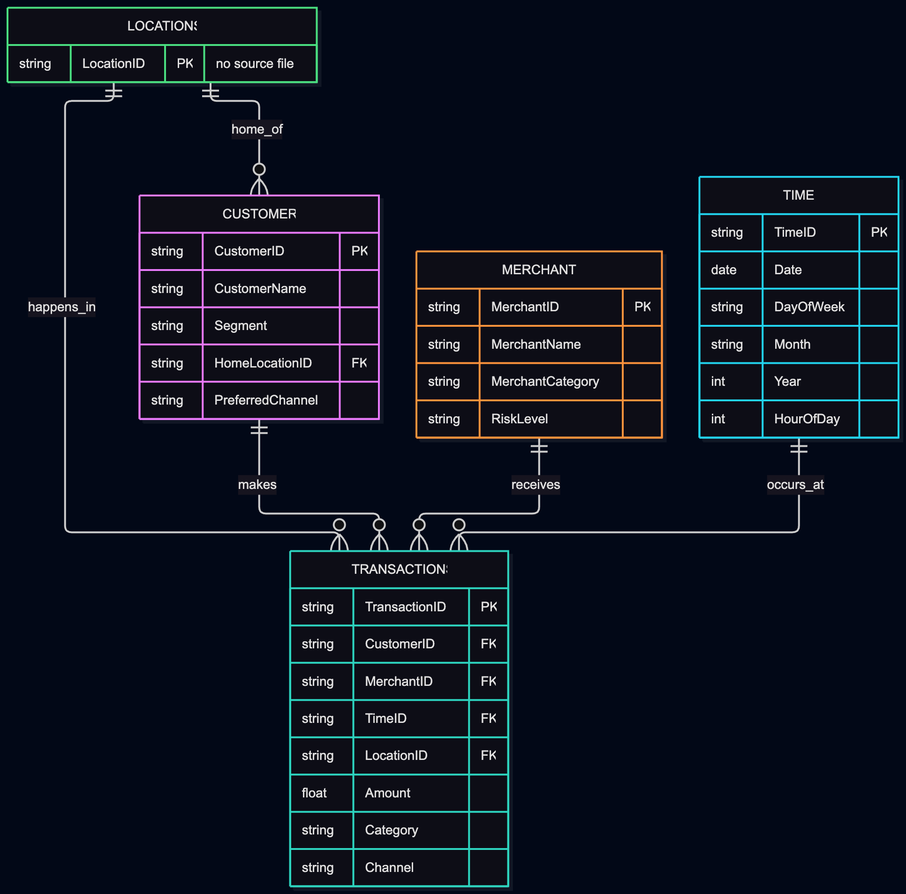
Before: er_diagram.png, a diagram exported from Mermaid (Zeenu03/HCL_Hack). Its source is kept beside it as er_diagram.mmd. Source of this version:
```mermaid
erDiagram
    CUSTOMERS ||--o{ TRANSACTIONS : makes
    MERCHANTS ||--o{ TRANSACTIONS : receives
    TIME      ||--o{ TRANSACTIONS : occurs_at
    LOCATIONS ||--o{ TRANSACTIONS : happens_in
    LOCATIONS ||--o{ CUSTOMERS    : home_of

    TRANSACTIONS {
        string TransactionID PK
        string CustomerID FK
        string MerchantID FK
        string TimeID FK
        string LocationID FK
        float  Amount
        string Category
        string Channel
    }
    CUSTOMERS {
        string CustomerID PK
        string CustomerName
        string Segment
        string HomeLocationID FK
        string PreferredChannel
    }
    MERCHANTS {
        string MerchantID PK
        string MerchantName
        string MerchantCategory
        string RiskLevel
    }
    TIME {
        string TimeID PK
        date   Date
        string DayOfWeek
        string Month
        int    Year
        int    HourOfDay
    }
    LOCATIONS {
        string LocationID PK "no source file"
    }
```
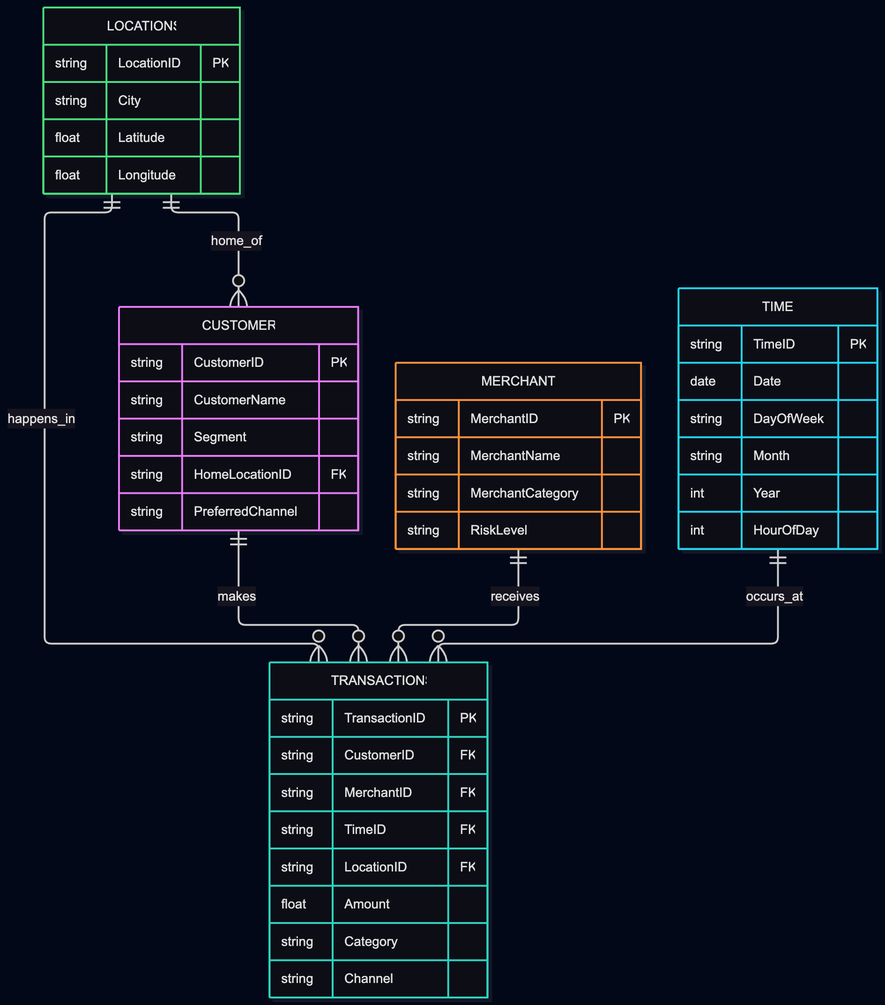
Later version of the same file.

What changed in the source:
```diff
@@ -37,5 +37,8 @@
         int    HourOfDay
     }
     LOCATIONS {
-        string LocationID PK "no source file"
+        string LocationID PK
+        string City
+        float  Latitude
+        float  Longitude
     }
```
